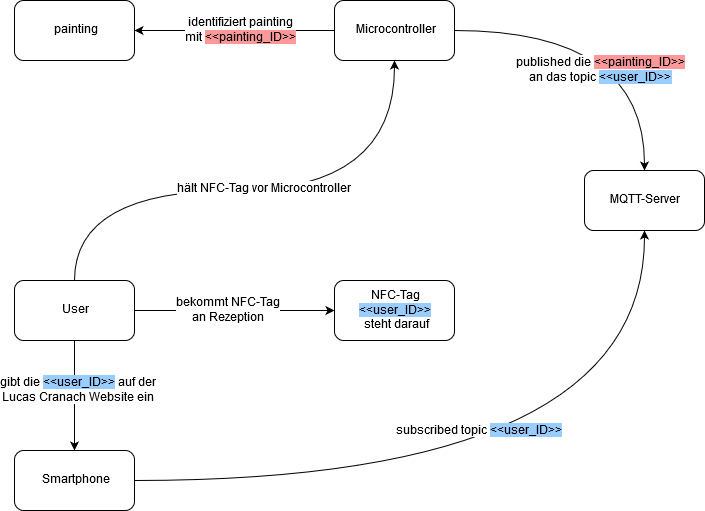
Above: _material/konzept.png in dsterle/EPWS2019PawlowskiSterle (draw.io), before the change. Source tidied: cells renumbered, new cells last; positions are measured from the earlier drawing's top-left corner, leaving out a move shared by most shapes.
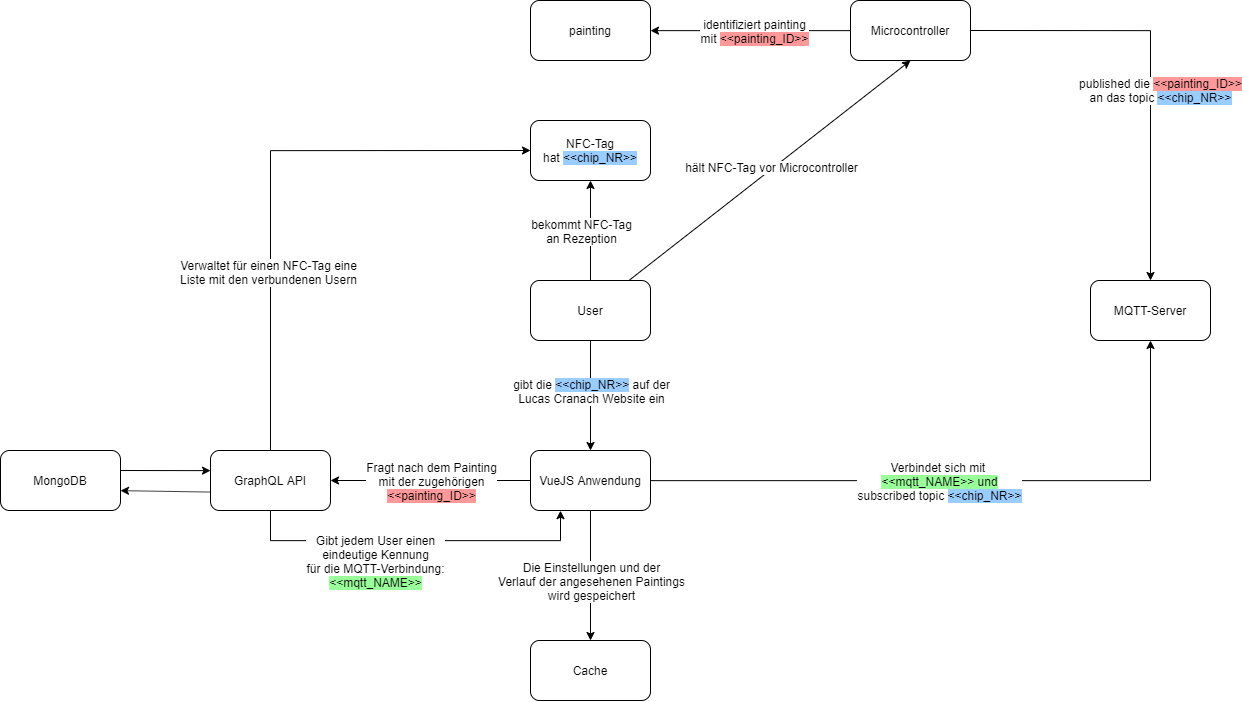
After the commit.

Diff of the diagram source:
```diff
@@ -16,40 +16,35 @@
     <mxCell id="4" value="&lt;div&gt;identifiziert painting&lt;/div&gt;&lt;div&gt;mit &lt;span style=&quot;background-color: rgb(255 , 153 , 153)&quot;&gt;&amp;lt;&amp;lt;painting_ID&amp;gt;&amp;gt;&lt;/span&gt;&lt;br&gt;&lt;/div&gt;" style="text;html=1;align=center;verticalAlign=middle;labelBackgroundColor=#ffffff;" parent="3" vertex="1">
       <mxGeometry x="-0.03" relative="1" as="geometry" />
     </mxCell>
-    <mxCell id="5" style="edgeStyle=orthogonalEdgeStyle;rounded=0;jettySize=auto;html=1;entryX=0.5;entryY=0;entryDx=0;entryDy=0;curved=1;" parent="1" edge="1" source="7" target="16">
+    <mxCell id="5" style="rounded=0;jettySize=auto;html=1;entryX=0.5;entryY=0;entryDx=0;entryDy=0;exitX=1;exitY=0.5;exitDx=0;exitDy=0;edgeStyle=orthogonalEdgeStyle;" parent="1" edge="1" source="7" target="16">
       <mxGeometry relative="1" as="geometry" />
     </mxCell>
-    <mxCell id="6" value="&lt;div&gt;published die &lt;span style=&quot;background-color: rgb(255 , 153 , 153)&quot;&gt;&amp;lt;&amp;lt;painting_ID&amp;gt;&amp;gt;&lt;/span&gt;&lt;/div&gt;&lt;div&gt;an das topic &lt;span style=&quot;background-color: rgb(153 , 204 , 255)&quot;&gt;&amp;lt;&amp;lt;user_ID&amp;gt;&amp;gt;&lt;br&gt;&lt;/span&gt;&lt;/div&gt;" style="text;html=1;align=center;verticalAlign=middle;labelBackgroundColor=#ffffff;" parent="5" vertex="1">
+    <mxCell id="6" value="&lt;div&gt;published die &lt;span style=&quot;background-color: rgb(255 , 153 , 153)&quot;&gt;&amp;lt;&amp;lt;painting_ID&amp;gt;&amp;gt;&lt;/span&gt;&lt;/div&gt;&lt;div&gt;an das topic &lt;span style=&quot;background-color: rgb(153 , 204 , 255)&quot;&gt;&amp;lt;&amp;lt;&lt;/span&gt;&lt;span style=&quot;white-space: normal ; background-color: rgb(153 , 204 , 255)&quot;&gt;chip_NR&lt;/span&gt;&lt;span style=&quot;background-color: rgb(153 , 204 , 255)&quot;&gt;&amp;gt;&amp;gt;&lt;br&gt;&lt;/span&gt;&lt;/div&gt;" style="text;html=1;align=center;verticalAlign=middle;labelBackgroundColor=#ffffff;" parent="5" vertex="1">
       <mxGeometry x="-0.15" y="-4" relative="1" as="geometry">
-        <mxPoint y="36" as="offset" />
+        <mxPoint x="12.9" y="56.5" as="offset" />
       </mxGeometry>
     </mxCell>
     <mxCell id="7" value="Microcontroller" style="rounded=1;whiteSpace=wrap;html=1;" parent="1" vertex="1">
       <mxGeometry x="320" width="120" height="60" as="geometry" />
     </mxCell>
-    <mxCell id="8" style="edgeStyle=orthogonalEdgeStyle;rounded=0;jettySize=auto;html=1;entryX=0;entryY=0.5;entryDx=0;entryDy=0;" parent="1" edge="1" source="14" target="15">
+    <mxCell id="8" style="edgeStyle=orthogonalEdgeStyle;rounded=0;jettySize=auto;html=1;entryX=0.5;entryY=1;entryDx=0;entryDy=0;" parent="1" edge="1" source="14" target="15">
       <mxGeometry relative="1" as="geometry" />
     </mxCell>
     <mxCell id="9" value="&lt;div&gt;bekommt NFC-Tag&lt;/div&gt;&lt;div&gt;an Rezeption&lt;br&gt;&lt;/div&gt;" style="text;html=1;align=center;verticalAlign=middle;labelBackgroundColor=#ffffff;" parent="8" vertex="1">
       <mxGeometry y="21" relative="1" as="geometry">
-        <mxPoint x="-10" y="20.5" as="offset" />
+        <mxPoint x="11" y="0.6" as="offset" />
       </mxGeometry>
     </mxCell>
     <mxCell id="10" style="edgeStyle=orthogonalEdgeStyle;rounded=0;jettySize=auto;html=1;entryX=0.5;entryY=0;entryDx=0;entryDy=0;" parent="1" edge="1" source="14" target="19">
       <mxGeometry relative="1" as="geometry" />
     </mxCell>
-    <mxCell id="11" value="&lt;div&gt;gibt die &lt;span style=&quot;background-color: rgb(153 , 204 , 255)&quot;&gt;&amp;lt;&amp;lt;user_ID&amp;gt;&amp;gt;&lt;/span&gt; auf der&lt;/div&gt;&lt;div&gt;Lucas Cranach Website ein&lt;br&gt;&lt;/div&gt;" style="text;html=1;align=center;verticalAlign=middle;labelBackgroundColor=#ffffff;" parent="10" vertex="1">
+    <mxCell id="11" value="&lt;div&gt;gibt die &lt;span style=&quot;background-color: rgb(153 , 204 , 255)&quot;&gt;&amp;lt;&amp;lt;&lt;/span&gt;&lt;span style=&quot;white-space: normal ; background-color: rgb(153 , 204 , 255)&quot;&gt;chip_NR&lt;/span&gt;&lt;span style=&quot;background-color: rgb(153 , 204 , 255)&quot;&gt;&amp;gt;&amp;gt;&lt;/span&gt; auf der&lt;/div&gt;&lt;div&gt;Lucas Cranach Website ein&lt;br&gt;&lt;/div&gt;" style="text;html=1;align=center;verticalAlign=middle;labelBackgroundColor=#ffffff;" parent="10" vertex="1">
       <mxGeometry x="-0.31" y="1" relative="1" as="geometry">
         <mxPoint x="-1" y="12" as="offset" />
       </mxGeometry>
     </mxCell>
-    <mxCell id="12" style="edgeStyle=orthogonalEdgeStyle;rounded=0;jettySize=auto;html=1;entryX=0.5;entryY=1;entryDx=0;entryDy=0;curved=1;" parent="1" edge="1" source="14" target="7">
-      <mxGeometry relative="1" as="geometry">
-        <Array as="points">
-          <mxPoint x="60" y="190" />
-          <mxPoint x="380" y="190" />
-        </Array>
-      </mxGeometry>
+    <mxCell id="12" style="rounded=0;jettySize=auto;html=1;entryX=0.5;entryY=1;entryDx=0;entryDy=0;" parent="1" edge="1" source="14" target="7">
+      <mxGeometry relative="1" as="geometry" />
     </mxCell>
     <mxCell id="13" value="hält NFC-Tag vor Microcontroller" style="text;html=1;align=center;verticalAlign=middle;labelBackgroundColor=#ffffff;" parent="12" vertex="1">
       <mxGeometry x="0.02" y="2" relative="1" as="geometry" />
@@ -57,22 +52,82 @@
     <mxCell id="14" value="User" style="rounded=1;whiteSpace=wrap;html=1;" parent="1" vertex="1">
       <mxGeometry y="280" width="120" height="60" as="geometry" />
     </mxCell>
-    <mxCell id="15" value="&lt;div&gt;NFC-Tag&lt;/div&gt;&lt;div&gt;&lt;span style=&quot;background-color: rgb(153 , 204 , 255)&quot;&gt;&amp;lt;&amp;lt;user_ID&amp;gt;&amp;gt;&lt;/span&gt;&lt;/div&gt;&amp;nbsp;steht darauf" style="rounded=1;whiteSpace=wrap;html=1;" parent="1" vertex="1">
-      <mxGeometry x="320" y="280" width="120" height="60" as="geometry" />
+    <mxCell id="15" value="&lt;div&gt;NFC-Tag&lt;/div&gt;&lt;div&gt;hat &lt;span style=&quot;background-color: rgb(153 , 204 , 255)&quot;&gt;&amp;lt;&amp;lt;chip_NR&amp;gt;&amp;gt;&lt;/span&gt;&lt;/div&gt;" style="rounded=1;whiteSpace=wrap;html=1;" parent="1" vertex="1">
+      <mxGeometry y="120" width="120" height="60" as="geometry" />
     </mxCell>
     <mxCell id="16" value="MQTT-Server" style="rounded=1;whiteSpace=wrap;html=1;" parent="1" vertex="1">
-      <mxGeometry x="570" y="170" width="120" height="60" as="geometry" />
+      <mxGeometry x="560" y="280" width="120" height="60" as="geometry" />
     </mxCell>
-    <mxCell id="17" style="edgeStyle=orthogonalEdgeStyle;rounded=0;jettySize=auto;html=1;entryX=0.5;entryY=1;entryDx=0;entryDy=0;curved=1;" parent="1" edge="1" source="19" target="16">
+    <mxCell id="17" style="edgeStyle=orthogonalEdgeStyle;rounded=0;jettySize=auto;html=1;entryX=0.5;entryY=1;entryDx=0;entryDy=0;" parent="1" edge="1" source="19" target="16">
       <mxGeometry relative="1" as="geometry" />
     </mxCell>
-    <mxCell id="18" value="&lt;div&gt;subscribed topic &lt;span style=&quot;background-color: rgb(153 , 204 , 255)&quot;&gt;&amp;lt;&amp;lt;user_ID&amp;gt;&amp;gt;&lt;br&gt;&lt;/span&gt;&lt;/div&gt;" style="text;html=1;align=center;verticalAlign=middle;labelBackgroundColor=#ffffff;" parent="17" vertex="1">
+    <mxCell id="18" value="&lt;div&gt;Verbindet sich mit&amp;nbsp;&lt;/div&gt;&lt;span style=&quot;background-color: rgb(153 , 255 , 153)&quot;&gt;&amp;lt;&amp;lt;mqtt_NAME&amp;gt;&amp;gt; und&lt;/span&gt;&lt;div&gt;subscribed topic &lt;span style=&quot;background-color: rgb(153 , 204 , 255)&quot;&gt;&amp;lt;&amp;lt;&lt;/span&gt;&lt;span style=&quot;white-space: normal ; background-color: rgb(153 , 204 , 255)&quot;&gt;chip_NR&lt;/span&gt;&lt;span style=&quot;background-color: rgb(153 , 204 , 255)&quot;&gt;&amp;gt;&amp;gt;&lt;br&gt;&lt;/span&gt;&lt;/div&gt;" style="text;html=1;align=center;verticalAlign=middle;labelBackgroundColor=#ffffff;" parent="17" vertex="1">
       <mxGeometry x="-0.13" relative="1" as="geometry">
-        <mxPoint x="8" y="-50" as="offset" />
+        <mxPoint x="8" y="-0.1" as="offset" />
       </mxGeometry>
     </mxCell>
+    <mxCell id="20" style="edgeStyle=orthogonalEdgeStyle;rounded=0;jettySize=auto;html=1;entryX=1;entryY=0.5;entryDx=0;entryDy=0;" parent="1" edge="1" source="19" target="29">
+      <mxGeometry relative="1" as="geometry" />
+    </mxCell>
+    <mxCell id="21" value="Fragt nach dem Painting&lt;br&gt;mit der zugehörigen&lt;br&gt;&lt;span style=&quot;background-color: rgb(255 , 153 , 153)&quot;&gt;&amp;lt;&amp;lt;painting_ID&amp;gt;&amp;gt;&lt;/span&gt;" style="text;html=1;align=center;verticalAlign=middle;labelBackgroundColor=#ffffff;" parent="20" vertex="1">
+      <mxGeometry x="0.29" relative="1" as="geometry">
+        <mxPoint x="29" as="offset" />
+      </mxGeometry>
+    </mxCell>
+    <mxCell id="22" style="edgeStyle=orthogonalEdgeStyle;rounded=0;jettySize=auto;html=1;entryX=0.5;entryY=0;entryDx=0;entryDy=0;" parent="1" edge="1" source="19" target="32">
+      <mxGeometry relative="1" as="geometry" />
+    </mxCell>
+    <mxCell id="23" value="Die Einstellungen und der&lt;br&gt;Verlauf der angesehenen Paintings&lt;br&gt;wird gespeichert" style="text;html=1;align=center;verticalAlign=middle;labelBackgroundColor=#ffffff;" parent="22" vertex="1">
+      <mxGeometry x="-0.28" y="-2" relative="1" as="geometry">
+        <mxPoint x="2" y="22.9" as="offset" />
+      </mxGeometry>
+    </mxCell>
-    <mxCell id="19" value="Smartphone" style="rounded=1;whiteSpace=wrap;html=1;" parent="1" vertex="1">
+    <mxCell id="19" value="VueJS Anwendung" style="rounded=1;whiteSpace=wrap;html=1;" parent="1" vertex="1">
       <mxGeometry y="450" width="120" height="60" as="geometry" />
     </mxCell>
+    <mxCell id="24" style="edgeStyle=orthogonalEdgeStyle;rounded=0;jettySize=auto;html=1;entryX=1.004;entryY=0.672;entryDx=0;entryDy=0;entryPerimeter=0;" parent="1" edge="1" target="31">
+      <mxGeometry relative="1" as="geometry">
+        <mxPoint x="-320" y="491" as="sourcePoint" />
+        <Array as="points">
+          <mxPoint x="-320" y="490" />
+        </Array>
+      </mxGeometry>
+    </mxCell>
+    <mxCell id="25" style="rounded=0;jettySize=auto;html=1;entryX=0;entryY=0.5;entryDx=0;entryDy=0;edgeStyle=orthogonalEdgeStyle;exitX=0.5;exitY=0;exitDx=0;exitDy=0;" parent="1" edge="1" source="29" target="15">
+      <mxGeometry relative="1" as="geometry" />
+    </mxCell>
+    <mxCell id="26" value="Verwaltet für einen NFC-Tag eine&lt;br&gt;Liste mit den verbundenen Usern" style="text;html=1;align=center;verticalAlign=middle;labelBackgroundColor=#ffffff;" parent="25" vertex="1">
+      <mxGeometry x="-0.36" y="3" relative="1" as="geometry" />
+    </mxCell>
+    <mxCell id="27" style="edgeStyle=orthogonalEdgeStyle;rounded=0;jettySize=auto;html=1;entryX=0.25;entryY=1;entryDx=0;entryDy=0;exitX=0.5;exitY=1;exitDx=0;exitDy=0;" parent="1" edge="1" source="29" target="19">
+      <mxGeometry relative="1" as="geometry">
+        <Array as="points">
+          <mxPoint x="-260" y="540" />
+          <mxPoint x="30" y="540" />
+        </Array>
+      </mxGeometry>
+    </mxCell>
+    <mxCell id="28" value="Gibt jedem User einen&lt;br&gt;eindeutige Kennung&lt;br&gt;für die MQTT-Verbindung:&lt;br&gt;&lt;span style=&quot;background-color: rgb(153 , 255 , 153)&quot;&gt;&amp;lt;&amp;lt;mqtt_NAME&amp;gt;&amp;gt;&lt;/span&gt;" style="text;html=1;align=center;verticalAlign=middle;labelBackgroundColor=#ffffff;" parent="27" vertex="1">
+      <mxGeometry x="-0.23" relative="1" as="geometry">
+        <mxPoint y="20" as="offset" />
+      </mxGeometry>
+    </mxCell>
+    <mxCell id="29" value="GraphQL API" style="rounded=1;whiteSpace=wrap;html=1;" parent="1" vertex="1">
+      <mxGeometry x="-320" y="450" width="120" height="60" as="geometry" />
+    </mxCell>
+    <mxCell id="30" style="edgeStyle=orthogonalEdgeStyle;rounded=0;jettySize=auto;html=1;exitX=0.996;exitY=0.313;exitDx=0;exitDy=0;exitPerimeter=0;" parent="1" edge="1" source="31">
+      <mxGeometry relative="1" as="geometry">
+        <mxPoint x="-320" y="470" as="targetPoint" />
+        <Array as="points">
+          <mxPoint x="-411" y="470" />
+        </Array>
+      </mxGeometry>
+    </mxCell>
+    <mxCell id="31" value="MongoDB" style="rounded=1;whiteSpace=wrap;html=1;" parent="1" vertex="1">
+      <mxGeometry x="-530" y="450" width="120" height="60" as="geometry" />
+    </mxCell>
+    <mxCell id="32" value="Cache" style="rounded=1;whiteSpace=wrap;html=1;" parent="1" vertex="1">
+      <mxGeometry y="640" width="120" height="60" as="geometry" />
+    </mxCell>
   </root>
 </mxGraphModel>
```
